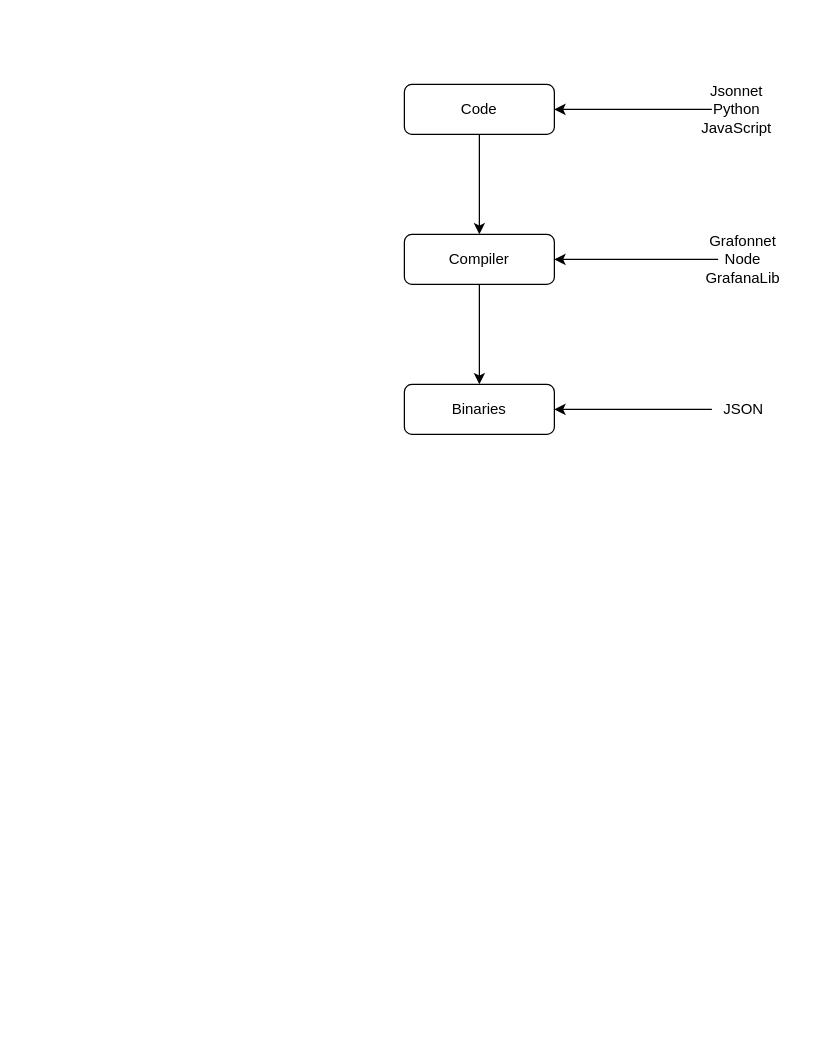
The draw.io diagram EntwicklerWorkflow/Workflow.drawio in Sarabor/diagrams, before the edit. Source tidied: cells renumbered, new cells numbered last; positions are measured from the earlier drawing's top-left corner, leaving out a move shared by most shapes. Both pictures are drawn from the tidied source at 125%, with x=0, y=0 at pixel (404, 84).
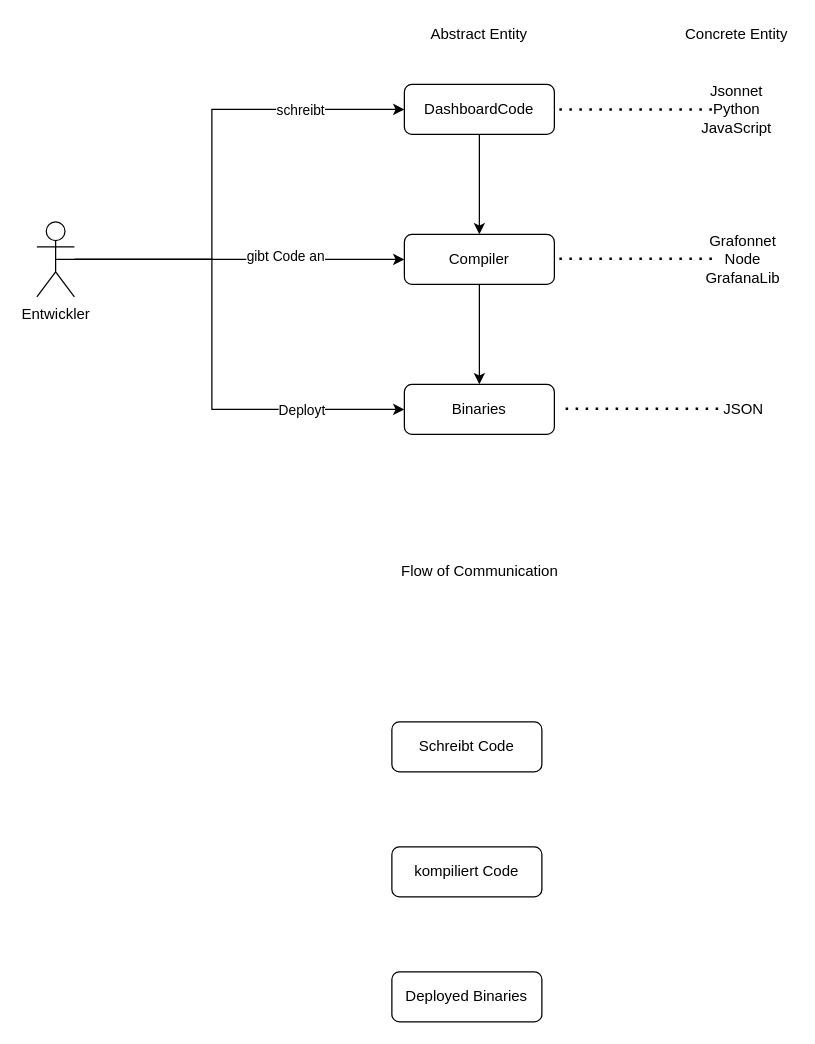
The same diagram, later.

The change refers to these unchanged cells:
```xml
<mxCell id="4" value="Binaries" style="rounded=1;whiteSpace=wrap;html=1;fontSize=12;glass=0;strokeWidth=1;shadow=0;" parent="1" vertex="1">
  <mxGeometry y="240" width="120" height="40" as="geometry" />
</mxCell>
<mxCell id="6" value="Compiler" style="rounded=1;whiteSpace=wrap;html=1;fontSize=12;glass=0;strokeWidth=1;shadow=0;" parent="1" vertex="1">
  <mxGeometry y="120" width="120" height="40" as="geometry" />
</mxCell>
```

What changed in the source:
```diff
@@
-    <mxCell id="3" value="Code" style="rounded=1;whiteSpace=wrap;html=1;fontSize=12;glass=0;strokeWidth=1;shadow=0;" parent="1" vertex="1">
+    <mxCell id="3" value="DashboardCode" style="rounded=1;whiteSpace=wrap;html=1;fontSize=12;glass=0;strokeWidth=1;shadow=0;" parent="1" vertex="1">
       <mxGeometry width="120" height="40" as="geometry" />
     </mxCell>
@@
+    <mxCell id="8" value="Jsonnet&lt;br&gt;Python&lt;br&gt;JavaScript&lt;br&gt;" style="text;html=1;strokeColor=none;fillColor=none;align=center;verticalAlign=middle;whiteSpace=wrap;rounded=0;" parent="1" vertex="1">
+      <mxGeometry x="246" y="10" width="40" height="20" as="geometry" />
+    </mxCell>
+    <mxCell id="10" value="Grafonnet&lt;br&gt;Node&lt;br&gt;GrafanaLib&lt;br&gt;" style="text;html=1;strokeColor=none;fillColor=none;align=center;verticalAlign=middle;whiteSpace=wrap;rounded=0;" parent="1" vertex="1">
+      <mxGeometry x="251" y="130" width="40" height="20" as="geometry" />
+    </mxCell>
+    <mxCell id="12" value="JSON" style="text;html=1;align=center;verticalAlign=middle;points=[];" parent="1" vertex="1">
+      <mxGeometry x="246" y="250" width="50" height="20" as="geometry" />
+    </mxCell>
+    <mxCell id="13" value="Abstract Entity" style="text;html=1;strokeColor=none;fillColor=none;align=center;verticalAlign=middle;whiteSpace=wrap;rounded=0;" parent="1" vertex="1">
+      <mxGeometry x="15" y="-50" width="90" height="20" as="geometry" />
+    </mxCell>
+    <mxCell id="14" value="Concrete Entity" style="text;html=1;strokeColor=none;fillColor=none;align=center;verticalAlign=middle;whiteSpace=wrap;rounded=0;" parent="1" vertex="1">
+      <mxGeometry x="221" y="-50" width="90" height="20" as="geometry" />
+    </mxCell>
-    <mxCell id="7" style="edgeStyle=orthogonalEdgeStyle;rounded=0;jettySize=auto;html=1;entryX=1;entryY=0.5;entryDx=0;entryDy=0;" parent="1" edge="1" source="8" target="3">
+    <mxCell id="7" style="endArrow=none;dashed=1;html=1;dashPattern=1 3;strokeWidth=2;entryX=1;entryY=0.5;entryDx=0;entryDy=0;" parent="1" edge="1" source="8" target="3">
       <mxGeometry relative="1" as="geometry" />
     </mxCell>
-    <mxCell id="8" value="Jsonnet&lt;br&gt;Python&lt;br&gt;JavaScript&lt;br&gt;" style="text;html=1;strokeColor=none;fillColor=none;align=center;verticalAlign=middle;whiteSpace=wrap;rounded=0;" parent="1" vertex="1">
-      <mxGeometry x="246" y="10" width="40" height="20" as="geometry" />
-    </mxCell>
-    <mxCell id="9" style="edgeStyle=orthogonalEdgeStyle;rounded=0;jettySize=auto;html=1;entryX=1;entryY=0.5;entryDx=0;entryDy=0;" parent="1" edge="1" source="10" target="6">
-      <mxGeometry relative="1" as="geometry" />
-    </mxCell>
-    <mxCell id="10" value="Grafonnet&lt;br&gt;Node&lt;br&gt;GrafanaLib&lt;br&gt;" style="text;html=1;strokeColor=none;fillColor=none;align=center;verticalAlign=middle;whiteSpace=wrap;rounded=0;" parent="1" vertex="1">
-      <mxGeometry x="251" y="130" width="40" height="20" as="geometry" />
-    </mxCell>
-    <mxCell id="11" style="edgeStyle=orthogonalEdgeStyle;rounded=0;jettySize=auto;html=1;" parent="1" edge="1" source="12" target="4">
-      <mxGeometry relative="1" as="geometry" />
-    </mxCell>
-    <mxCell id="12" value="JSON" style="text;html=1;align=center;verticalAlign=middle;points=[];" parent="1" vertex="1">
-      <mxGeometry x="246" y="250" width="50" height="20" as="geometry" />
-    </mxCell>
+    <mxCell id="15" style="endArrow=none;dashed=1;html=1;dashPattern=1 3;strokeWidth=2;entryX=1;entryY=0.5;entryDx=0;entryDy=0;" parent="1" edge="1">
+      <mxGeometry relative="1" as="geometry">
+        <mxPoint x="246" y="139.5" as="sourcePoint" />
+        <mxPoint x="120" y="139.5" as="targetPoint" />
+      </mxGeometry>
+    </mxCell>
+    <mxCell id="16" style="endArrow=none;dashed=1;html=1;dashPattern=1 3;strokeWidth=2;entryX=1;entryY=0.5;entryDx=0;entryDy=0;" parent="1" edge="1">
+      <mxGeometry relative="1" as="geometry">
+        <mxPoint x="251" y="259.5" as="sourcePoint" />
+        <mxPoint x="125" y="259.5" as="targetPoint" />
+      </mxGeometry>
+    </mxCell>
+    <mxCell id="17" style="edgeStyle=orthogonalEdgeStyle;rounded=0;jettySize=auto;html=1;exitX=0.5;exitY=0.5;exitDx=0;exitDy=0;exitPerimeter=0;entryX=0;entryY=0.5;entryDx=0;entryDy=0;" parent="1" edge="1" source="23" target="3">
+      <mxGeometry relative="1" as="geometry">
+        <Array as="points">
+          <mxPoint x="-154" y="140" />
+          <mxPoint x="-154" y="20" />
+        </Array>
+      </mxGeometry>
+    </mxCell>
+    <mxCell id="18" value="schreibt" style="edgeLabel;html=1;align=center;verticalAlign=middle;" parent="17" vertex="1">
+      <mxGeometry x="0.38" y="-1" relative="1" as="geometry">
+        <mxPoint x="40" y="-1" as="offset" />
+      </mxGeometry>
+    </mxCell>
+    <mxCell id="19" style="edgeStyle=orthogonalEdgeStyle;rounded=0;jettySize=auto;html=1;entryX=0;entryY=0.5;entryDx=0;entryDy=0;" parent="1" edge="1" source="23" target="6">
+      <mxGeometry relative="1" as="geometry" />
+    </mxCell>
+    <mxCell id="20" value="gibt Code an" style="edgeLabel;html=1;align=center;verticalAlign=middle;" parent="19" vertex="1">
+      <mxGeometry x="0.27" y="3" relative="1" as="geometry" />
+    </mxCell>
+    <mxCell id="21" style="edgeStyle=orthogonalEdgeStyle;rounded=0;jettySize=auto;html=1;entryX=0;entryY=0.5;entryDx=0;entryDy=0;" parent="1" edge="1" source="23" target="4">
+      <mxGeometry relative="1" as="geometry">
+        <Array as="points">
+          <mxPoint x="-154" y="140" />
+          <mxPoint x="-154" y="260" />
+        </Array>
+      </mxGeometry>
+    </mxCell>
+    <mxCell id="22" value="Deployt" style="edgeLabel;html=1;align=center;verticalAlign=middle;" parent="21" vertex="1">
+      <mxGeometry x="0.67" y="-3" relative="1" as="geometry">
+        <mxPoint x="-20" y="-3" as="offset" />
+      </mxGeometry>
+    </mxCell>
+    <mxCell id="23" value="Entwickler" style="shape=umlActor;verticalLabelPosition=bottom;verticalAlign=top;html=1;outlineConnect=0;" parent="1" vertex="1">
+      <mxGeometry x="-294" y="110" width="30" height="60" as="geometry" />
+    </mxCell>
+    <mxCell id="24" value="Flow of Communication" style="text;html=1;align=center;verticalAlign=middle;" parent="1" vertex="1">
+      <mxGeometry x="-10" y="380" width="140" height="20" as="geometry" />
+    </mxCell>
+    <mxCell id="25" value="Schreibt Code" style="rounded=1;whiteSpace=wrap;html=1;fontSize=12;glass=0;strokeWidth=1;shadow=0;" parent="1" vertex="1">
+      <mxGeometry x="-10" y="510" width="120" height="40" as="geometry" />
+    </mxCell>
+    <mxCell id="26" value="kompiliert Code" style="rounded=1;whiteSpace=wrap;html=1;fontSize=12;glass=0;strokeWidth=1;shadow=0;" parent="1" vertex="1">
+      <mxGeometry x="-10" y="610" width="120" height="40" as="geometry" />
+    </mxCell>
+    <mxCell id="27" value="Deployed Binaries" style="rounded=1;whiteSpace=wrap;html=1;fontSize=12;glass=0;strokeWidth=1;shadow=0;" parent="1" vertex="1">
+      <mxGeometry x="-10" y="710" width="120" height="40" as="geometry" />
+    </mxCell>
```
